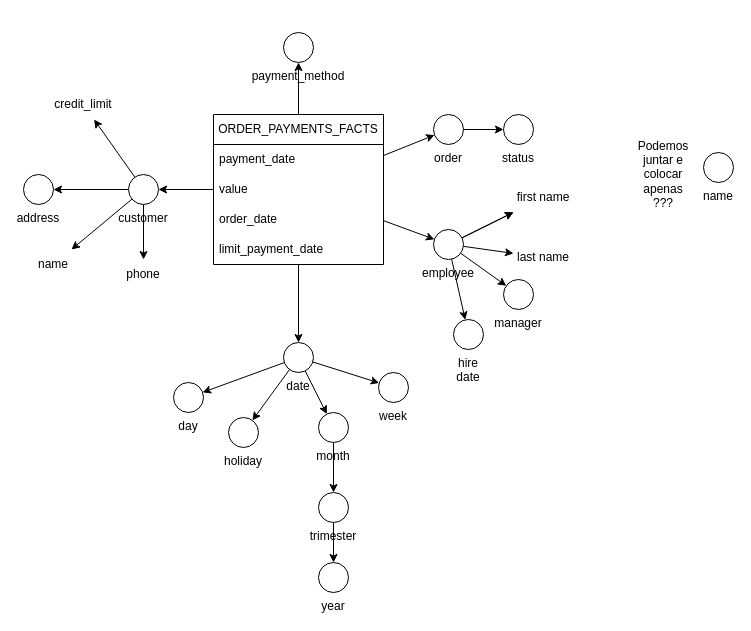
Earlier version of the draw.io diagram page "ORDER_PAYMENTS_FACTS" (2 of 4) of docs/DFM.drawio (joaobraganca555/GlobalTech_ETL). Source tidied: cells renumbered, new cells numbered last; positions are measured from the earlier drawing's top-left corner, leaving out a move shared by most shapes. Both pictures are drawn from the tidied source at 100%, with x=0, y=0 at pixel (23, 32).
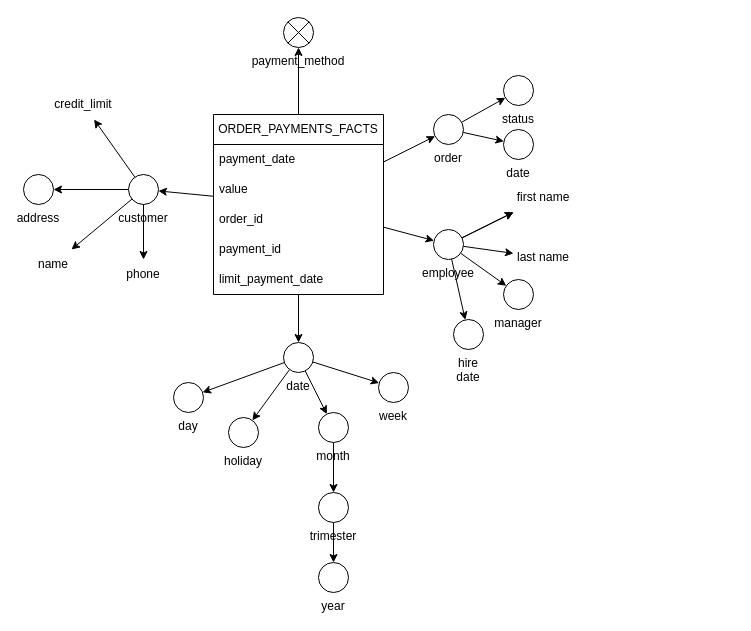
Above is the later version.

The change refers to these unchanged cells:
```xml
<mxCell id="9" value="order" style="ellipse;whiteSpace=wrap;html=1;labelPosition=center;verticalLabelPosition=bottom;align=center;verticalAlign=top;" parent="1" vertex="1">
  <mxGeometry x="410" y="82" width="30" height="30" as="geometry" />
</mxCell>
```

What changed in the source:
```diff
@@
     <mxCell id="3" value="ORDER_PAYMENTS_FACTS" style="swimlane;fontStyle=0;horizontal=1;startSize=30;whiteSpace=wrap;html=1;" parent="1" vertex="1">
-      <mxGeometry x="190" y="82" width="170" height="150" as="geometry" />
+      <mxGeometry x="190" y="82" width="170" height="180" as="geometry" />
     </mxCell>
@@
-    <mxCell id="6" value="order_date" style="text;strokeColor=none;fillColor=none;align=left;verticalAlign=middle;spacingLeft=4;spacingRight=4;overflow=hidden;whiteSpace=wrap;html=1;" parent="3" vertex="1">
-      <mxGeometry y="90" width="170" height="30" as="geometry" />
-    </mxCell>
+    <mxCell id="50" value="order_id" style="text;strokeColor=none;fillColor=none;align=left;verticalAlign=middle;spacingLeft=4;spacingRight=4;overflow=hidden;whiteSpace=wrap;html=1;" parent="3" vertex="1">
+      <mxGeometry y="90" width="170" height="30" as="geometry" />
+    </mxCell>
+    <mxCell id="51" value="payment_id" style="text;strokeColor=none;fillColor=none;align=left;verticalAlign=middle;spacingLeft=4;spacingRight=4;overflow=hidden;whiteSpace=wrap;html=1;" parent="3" vertex="1">
+      <mxGeometry y="120" width="170" height="30" as="geometry" />
+    </mxCell>
     <mxCell id="7" value="limit_payment_date" style="text;strokeColor=none;fillColor=none;align=left;verticalAlign=middle;spacingLeft=4;spacingRight=4;overflow=hidden;whiteSpace=wrap;html=1;" parent="3" vertex="1">
-      <mxGeometry y="120" width="170" height="30" as="geometry" />
+      <mxGeometry y="150" width="170" height="30" as="geometry" />
     </mxCell>
@@
+    <mxCell id="52" style="edgeStyle=none;rounded=0;jettySize=auto;html=1;" parent="1" edge="1" source="9" target="53">
+      <mxGeometry relative="1" as="geometry" />
+    </mxCell>
@@
-    <mxCell id="10" value="status" style="ellipse;whiteSpace=wrap;html=1;labelPosition=center;verticalLabelPosition=bottom;align=center;verticalAlign=top;" parent="1" vertex="1">
-      <mxGeometry x="480" y="82" width="30" height="30" as="geometry" />
-    </mxCell>
@@
-    <mxCell id="36" value="payment_method" style="ellipse;whiteSpace=wrap;html=1;labelPosition=center;verticalLabelPosition=bottom;align=center;verticalAlign=top;labelBackgroundColor=none;" parent="1" vertex="1">
-      <mxGeometry x="260" width="30" height="30" as="geometry" />
-    </mxCell>
@@
-    <mxCell id="46" value="Podemos juntar e colocar apenas ???" style="text;html=1;strokeColor=none;fillColor=none;align=center;verticalAlign=middle;whiteSpace=wrap;rounded=0;labelBackgroundColor=none;" parent="1" vertex="1">
-      <mxGeometry x="610" y="127" width="60" height="30" as="geometry" />
-    </mxCell>
-    <mxCell id="47" value="name" style="ellipse;whiteSpace=wrap;html=1;labelPosition=center;verticalLabelPosition=bottom;align=center;verticalAlign=top;" parent="1" vertex="1">
-      <mxGeometry x="680" y="120" width="30" height="30" as="geometry" />
-    </mxCell>
@@
+    <mxCell id="36" value="payment_method" style="shape=sumEllipse;perimeter=ellipsePerimeter;whiteSpace=wrap;html=1;backgroundOutline=1;labelPosition=center;verticalLabelPosition=bottom;align=center;verticalAlign=top;" parent="1" vertex="1">
+      <mxGeometry x="260" y="-15" width="30" height="30" as="geometry" />
+    </mxCell>
+    <mxCell id="10" value="status" style="ellipse;whiteSpace=wrap;html=1;labelPosition=center;verticalLabelPosition=bottom;align=center;verticalAlign=top;" parent="1" vertex="1">
+      <mxGeometry x="480" y="43" width="30" height="30" as="geometry" />
+    </mxCell>
+    <mxCell id="53" value="date" style="ellipse;whiteSpace=wrap;html=1;labelPosition=center;verticalLabelPosition=bottom;align=center;verticalAlign=top;" parent="1" vertex="1">
+      <mxGeometry x="480" y="97" width="30" height="30" as="geometry" />
+    </mxCell>
```
